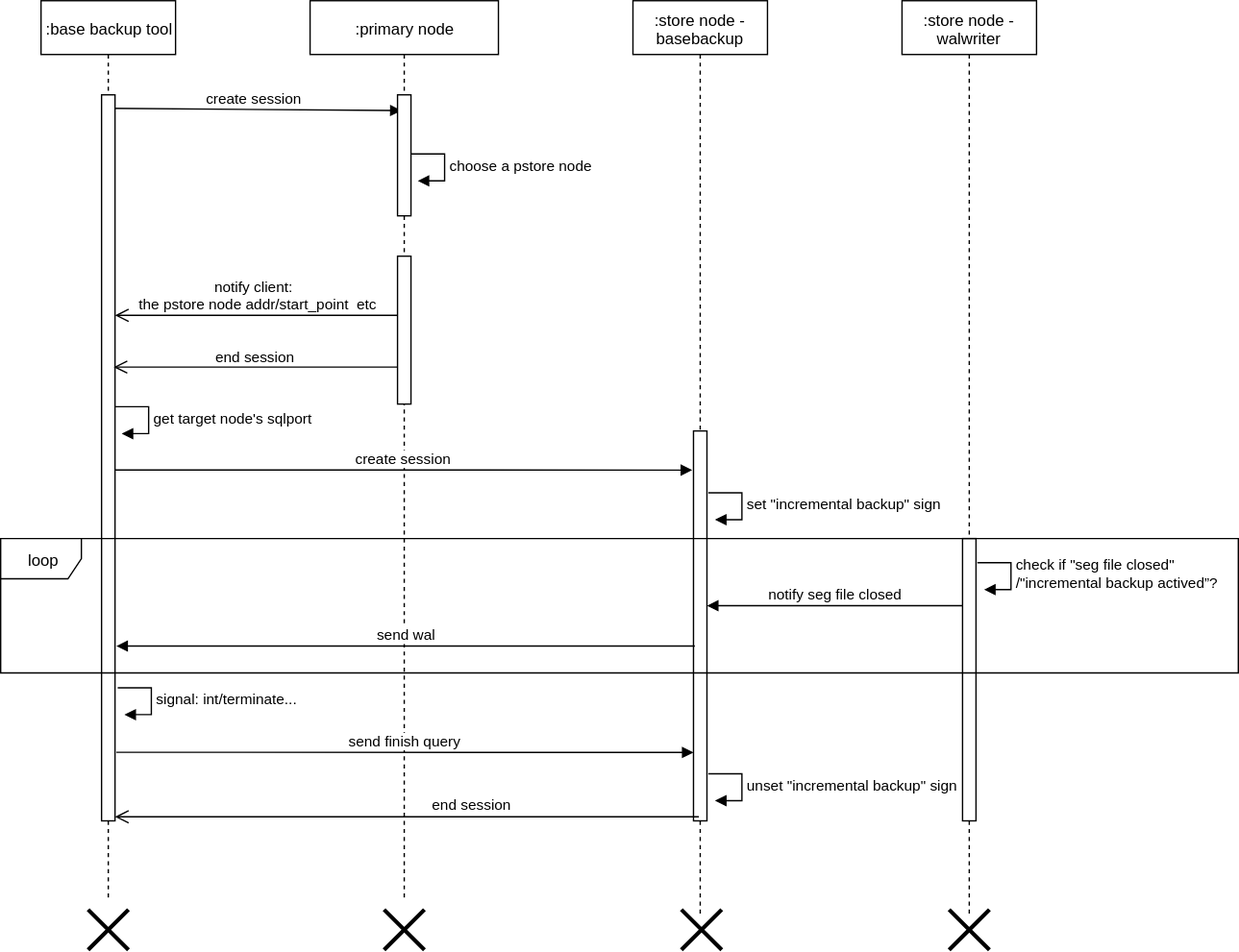
Above: attachments/1648606565569.drawio.svg in simbahebinbo/smallfat.github.io (draw.io), before the change. Source tidied: cells renumbered, new cells last; positions are measured from the earlier drawing's top-left corner, leaving out a move shared by most shapes.
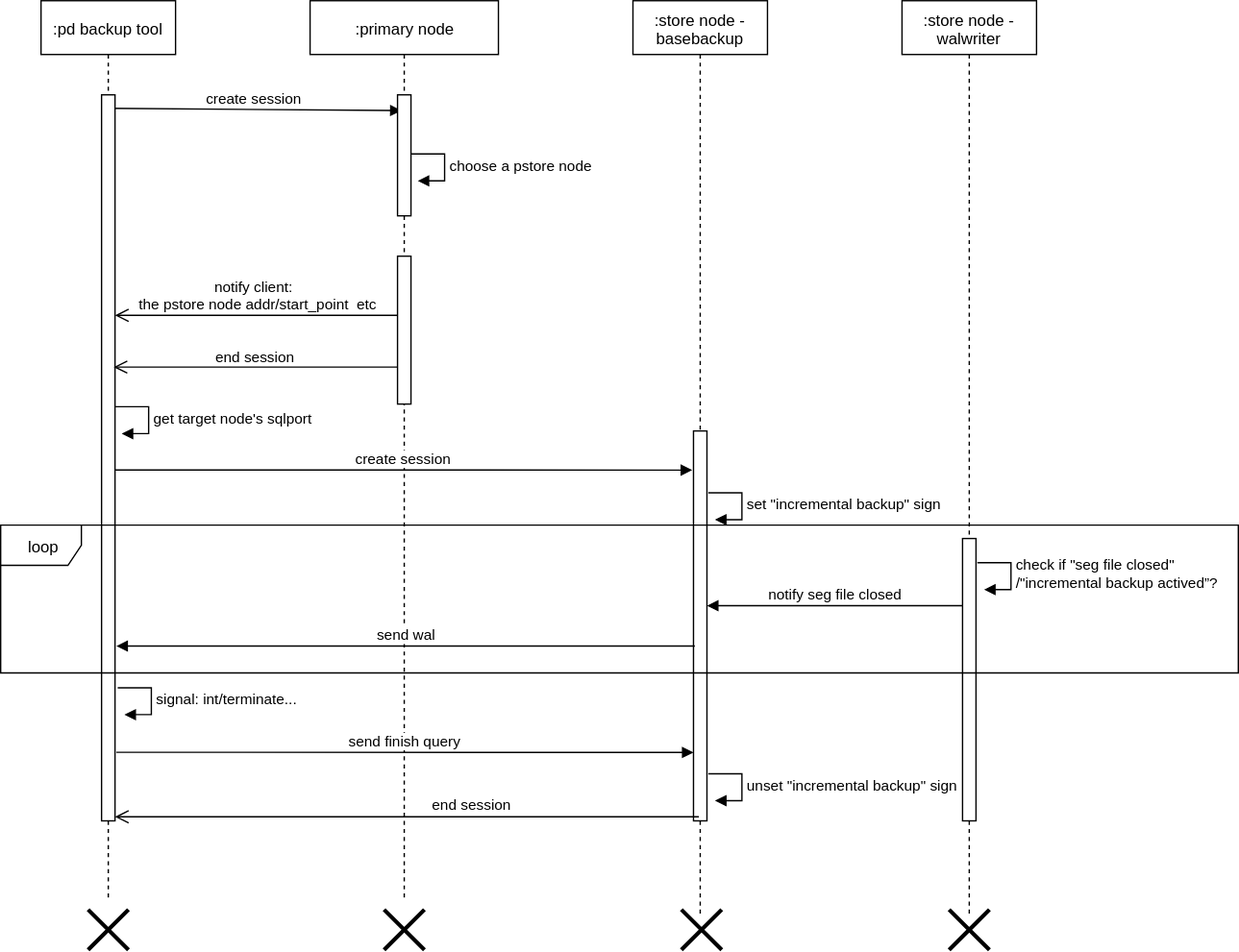
The same file after the commit.

Commit message:
添加附件 : attachments/1648606565569.drawio.svg

Diff of the diagram source:
```diff
@@ -2,7 +2,7 @@
   <root>
     <mxCell id="0" />
     <mxCell id="1" parent="0" />
-    <mxCell id="2" value=":base backup tool" style="shape=umlLifeline;perimeter=lifelinePerimeter;whiteSpace=wrap;html=1;" parent="1" vertex="1">
+    <mxCell id="2" value=":pd backup tool" style="shape=umlLifeline;perimeter=lifelinePerimeter;whiteSpace=wrap;html=1;" parent="1" vertex="1">
       <mxGeometry x="30" width="100" height="670" as="geometry" />
     </mxCell>
     <mxCell id="3" value="create session" style="html=1;verticalAlign=bottom;endArrow=block;entryX=0.486;entryY=0.122;entryDx=0;entryDy=0;entryPerimeter=0;" parent="2" edge="1" target="6">
@@ -142,7 +142,7 @@
       <mxGeometry x="705" y="676" width="30" height="30" as="geometry" />
     </mxCell>
     <mxCell id="29" value="loop" style="shape=umlFrame;whiteSpace=wrap;html=1;" parent="1" vertex="1">
-      <mxGeometry y="400" width="920" height="100" as="geometry" />
+      <mxGeometry y="390" width="920" height="110" as="geometry" />
     </mxCell>
   </root>
 </mxGraphModel>
```
